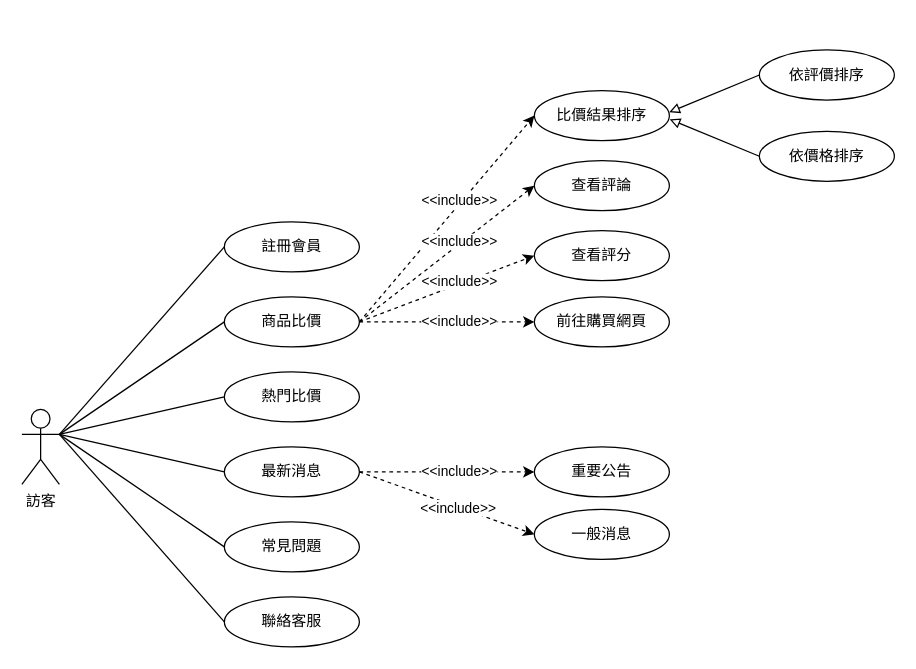
This is graphs/b2/uc visitor.drawio from 7bagbun/grad_prj_docs, a draw.io file, before an edit. Source tidied: cells renumbered, new cells numbered last; positions are measured from the earlier drawing's top-left corner, leaving out a move shared by most shapes. Both pictures are drawn from the tidied source at 125%, with x=0, y=0 at pixel (21, 49).
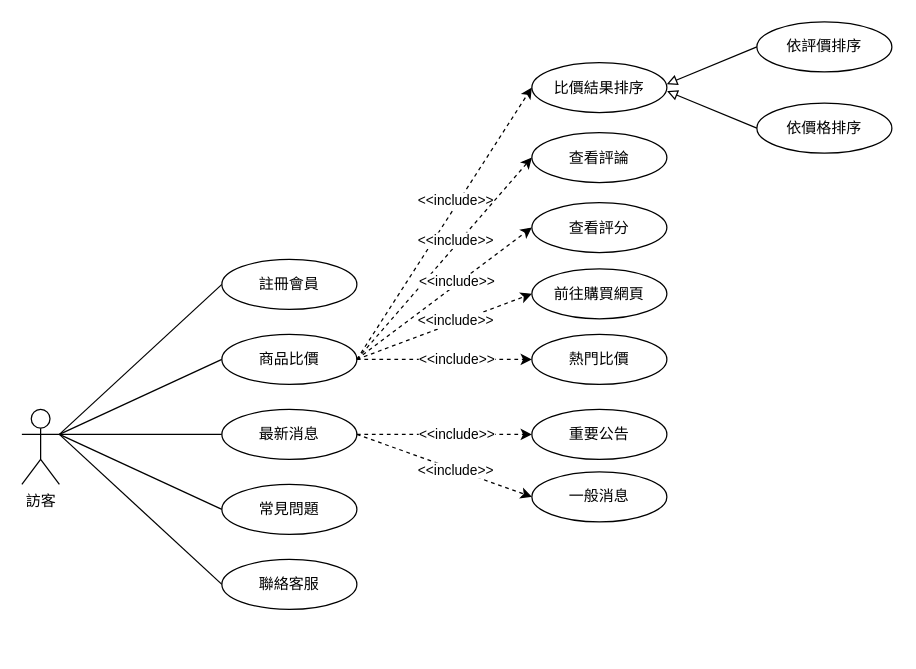
The same page after the edit.

The change refers to these unchanged cells:
```xml
<mxCell id="2" value="訪客" style="shape=umlActor;verticalLabelPosition=bottom;verticalAlign=top;html=1;outlineConnect=0;" parent="1" vertex="1">
  <mxGeometry y="288" width="30" height="60" as="geometry" />
</mxCell>
```

Diff of the diagram source:
```diff
@@
     <mxCell id="8" value="註冊會員" style="ellipse;whiteSpace=wrap;html=1;" parent="1" vertex="1">
-      <mxGeometry x="162" y="138" width="108" height="40" as="geometry" />
+      <mxGeometry x="160" y="168" width="108" height="40" as="geometry" />
     </mxCell>
@@
     <mxCell id="11" value="商品比價" style="ellipse;whiteSpace=wrap;html=1;" parent="1" vertex="1">
-      <mxGeometry x="162" y="198" width="108" height="40" as="geometry" />
+      <mxGeometry x="160" y="228" width="108" height="40" as="geometry" />
     </mxCell>
     <mxCell id="12" value="最新消息" style="ellipse;whiteSpace=wrap;html=1;" parent="1" vertex="1">
-      <mxGeometry x="162" y="318" width="108" height="40" as="geometry" />
+      <mxGeometry x="160" y="288" width="108" height="40" as="geometry" />
     </mxCell>
     <mxCell id="13" value="常見問題" style="ellipse;whiteSpace=wrap;html=1;" parent="1" vertex="1">
-      <mxGeometry x="162" y="378" width="108" height="40" as="geometry" />
+      <mxGeometry x="160" y="348" width="108" height="40" as="geometry" />
     </mxCell>
     <mxCell id="14" value="聯絡客服" style="ellipse;whiteSpace=wrap;html=1;" parent="1" vertex="1">
-      <mxGeometry x="162" y="438" width="108" height="40" as="geometry" />
+      <mxGeometry x="160" y="408" width="108" height="40" as="geometry" />
     </mxCell>
     <mxCell id="15" value="熱門比價" style="ellipse;whiteSpace=wrap;html=1;" parent="1" vertex="1">
-      <mxGeometry x="162" y="258" width="108" height="40" as="geometry" />
+      <mxGeometry x="408" y="228" width="108" height="40" as="geometry" />
     </mxCell>
@@
     <mxCell id="18" value="重要公告" style="ellipse;whiteSpace=wrap;html=1;" parent="1" vertex="1">
-      <mxGeometry x="410" y="318" width="108" height="40" as="geometry" />
+      <mxGeometry x="408" y="288" width="108" height="40" as="geometry" />
     </mxCell>
@@
     <mxCell id="21" value="一般消息" style="ellipse;whiteSpace=wrap;html=1;" parent="1" vertex="1">
-      <mxGeometry x="410" y="368" width="108" height="40" as="geometry" />
+      <mxGeometry x="408" y="338" width="108" height="40" as="geometry" />
     </mxCell>
@@
     <mxCell id="24" value="查看評論" style="ellipse;whiteSpace=wrap;html=1;" parent="1" vertex="1">
-      <mxGeometry x="410" y="89" width="108" height="40" as="geometry" />
+      <mxGeometry x="408" y="66.5" width="108" height="40" as="geometry" />
     </mxCell>
-    <mxCell id="25" style="rounded=0;jettySize=auto;html=1;entryX=0;entryY=0.5;entryDx=0;entryDy=0;endArrow=none;endFill=0;exitX=1;exitY=0.3333333333333333;exitDx=0;exitDy=0;exitPerimeter=0;" parent="1" edge="1" source="2" target="15">
-      <mxGeometry relative="1" as="geometry" />
-    </mxCell>
     <mxCell id="26" value="前往購買網頁" style="ellipse;whiteSpace=wrap;html=1;" parent="1" vertex="1">
-      <mxGeometry x="410" y="198" width="108" height="40" as="geometry" />
+      <mxGeometry x="408" y="175.5" width="108" height="40" as="geometry" />
     </mxCell>
@@
     <mxCell id="29" value="查看評分" style="ellipse;whiteSpace=wrap;html=1;" parent="1" vertex="1">
-      <mxGeometry x="410" y="145" width="108" height="40" as="geometry" />
+      <mxGeometry x="408" y="122.5" width="108" height="40" as="geometry" />
     </mxCell>
@@
     <mxCell id="32" value="比價結果排序" style="ellipse;whiteSpace=wrap;html=1;" parent="1" vertex="1">
-      <mxGeometry x="410" y="33" width="108" height="40" as="geometry" />
+      <mxGeometry x="408" y="10.5" width="108" height="40" as="geometry" />
     </mxCell>
@@
     <mxCell id="34" value="依評價排序" style="ellipse;whiteSpace=wrap;html=1;" parent="1" vertex="1">
-      <mxGeometry x="590" y="0.5" width="108" height="40" as="geometry" />
+      <mxGeometry x="588" y="-22" width="108" height="40" as="geometry" />
     </mxCell>
     <mxCell id="35" value="依價格排序" style="ellipse;whiteSpace=wrap;html=1;" parent="1" vertex="1">
-      <mxGeometry x="590" y="65.5" width="108" height="40" as="geometry" />
+      <mxGeometry x="588" y="43" width="108" height="40" as="geometry" />
     </mxCell>
@@
+    <mxCell id="37" style="rounded=0;jettySize=auto;html=1;entryX=0;entryY=0.5;entryDx=0;entryDy=0;dashed=1;exitX=1;exitY=0.5;exitDx=0;exitDy=0;" parent="1" edge="1" source="11" target="15">
+      <mxGeometry relative="1" as="geometry" />
+    </mxCell>
+    <mxCell id="38" value="&amp;lt;&amp;lt;include&amp;gt;&amp;gt;" style="edgeLabel;html=1;align=center;verticalAlign=middle;rotation=0;" parent="37" vertex="1">
+      <mxGeometry x="0.17" relative="1" as="geometry">
+        <mxPoint x="-3" y="-1" as="offset" />
+      </mxGeometry>
+    </mxCell>
```
